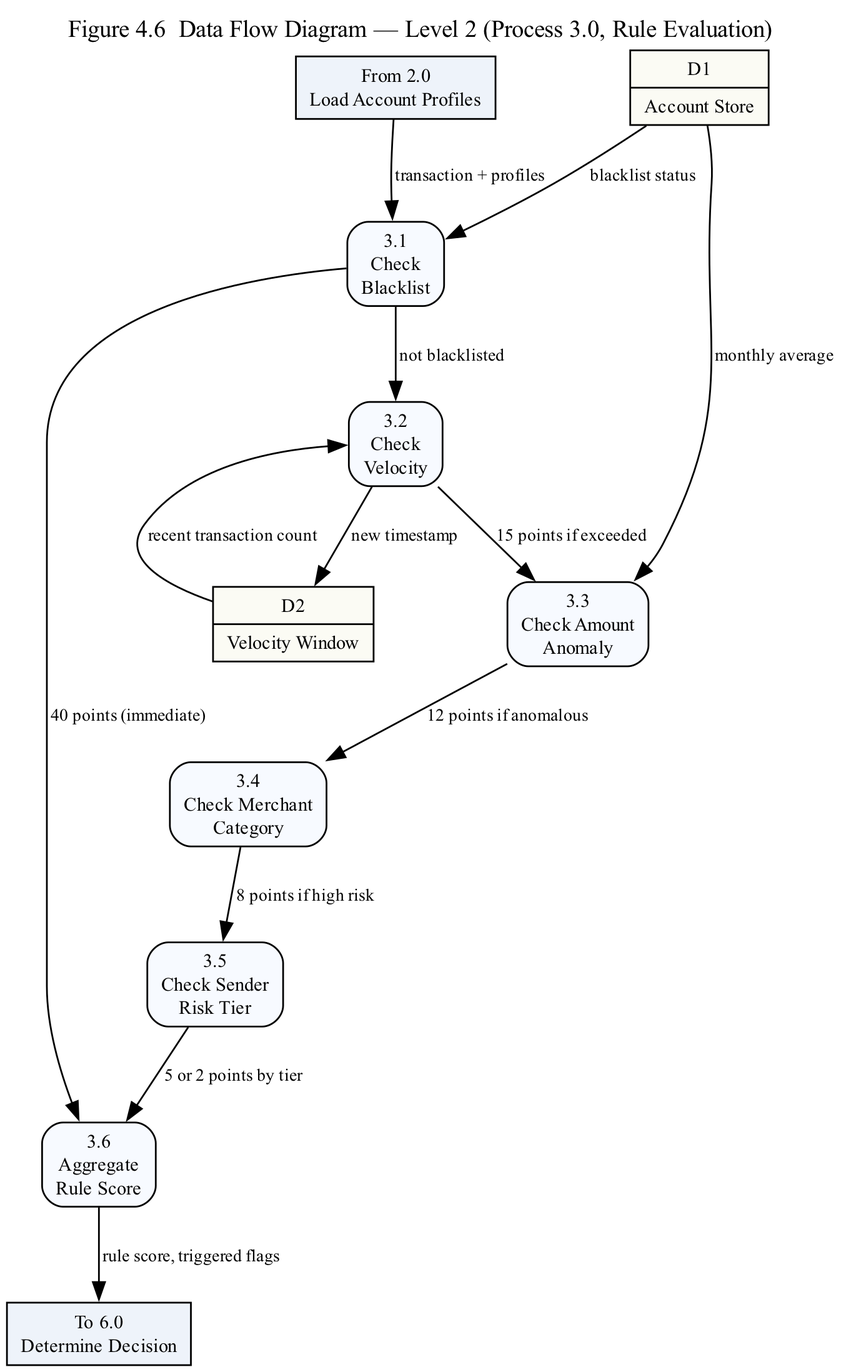
Before: docs/diagrams/12-dfd2.png, a diagram exported from Graphviz (OMJOSHI15/indus11). Its source is kept beside it as docs/diagrams/12-dfd2.dot. Its diagram source:
```dot
digraph DFD2 {
  graph [rankdir=TB, fontname="Times-Roman", fontsize=14, labelloc=t,
         label="Figure 4.6  Data Flow Diagram — Level 2 (Process 3.0, Rule Evaluation)",
         nodesep=0.5, ranksep=0.6];
  node  [fontname="Times-Roman", fontsize=11];
  edge  [fontname="Times-Roman", fontsize=10];

  IN  [shape=box, style=filled, fillcolor="#EEF3FA", label="From 2.0\nLoad Account Profiles"];
  OUT [shape=box, style=filled, fillcolor="#EEF3FA", label="To 6.0\nDetermine Decision"];

  P31 [shape=box, style="rounded,filled", fillcolor="#F7FAFF", label="3.1\nCheck\nBlacklist"];
  P32 [shape=box, style="rounded,filled", fillcolor="#F7FAFF", label="3.2\nCheck\nVelocity"];
  P33 [shape=box, style="rounded,filled", fillcolor="#F7FAFF", label="3.3\nCheck Amount\nAnomaly"];
  P34 [shape=box, style="rounded,filled", fillcolor="#F7FAFF", label="3.4\nCheck Merchant\nCategory"];
  P35 [shape=box, style="rounded,filled", fillcolor="#F7FAFF", label="3.5\nCheck Sender\nRisk Tier"];
  P36 [shape=box, style="rounded,filled", fillcolor="#F7FAFF", label="3.6\nAggregate\nRule Score"];

  D1 [shape=record, style=filled, fillcolor="#FBFBF4", label="{D1|Account Store}"];
  D2 [shape=record, style=filled, fillcolor="#FBFBF4", label="{D2|Velocity Window}"];

  IN -> P31 [label=" transaction + profiles"];
  D1 -> P31 [label=" blacklist status"];
  P31 -> P36 [label=" 40 points (immediate)"];
  P31 -> P32 [label=" not blacklisted"];
  D2 -> P32 [label=" recent transaction count"];
  P32 -> D2 [label=" new timestamp"];
  P32 -> P33 [label=" 15 points if exceeded"];
  D1 -> P33 [label=" monthly average"];
  P33 -> P34 [label=" 12 points if anomalous"];
  P34 -> P35 [label=" 8 points if high risk"];
  P35 -> P36 [label=" 5 or 2 points by tier"];
  P36 -> OUT [label=" rule score, triggered flags"];
}
```
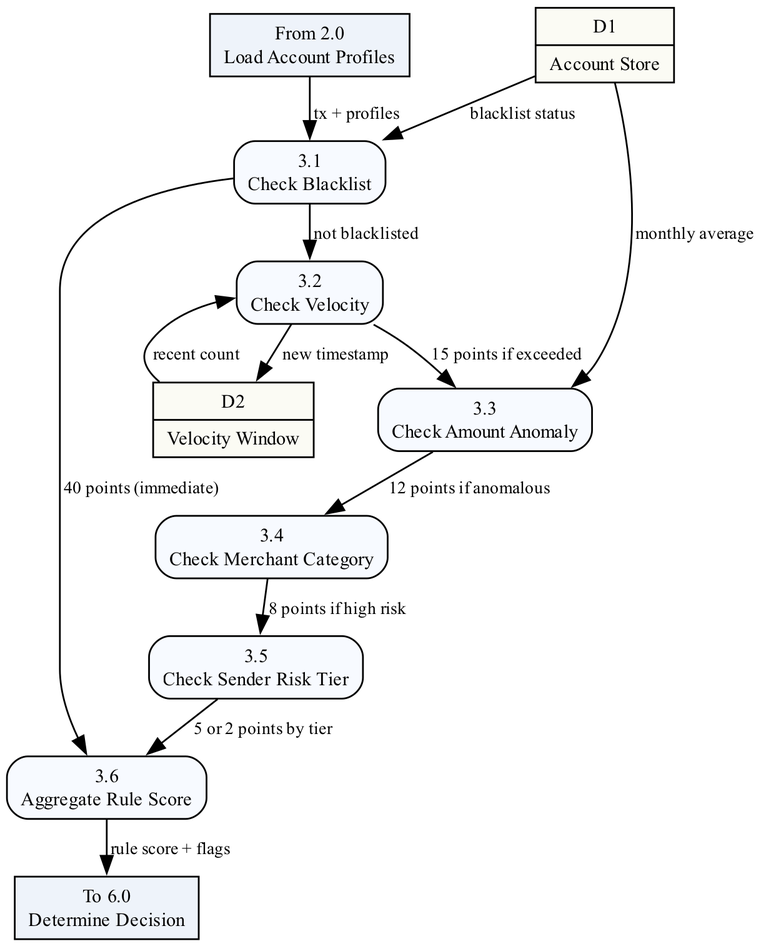
Above is the later version.

What changed in the source:
```diff
@@ -1,33 +1,32 @@
 digraph DFD2 {
-  graph [rankdir=TB, fontname="Times-Roman", fontsize=14, labelloc=t,
-         label="Figure 4.6  Data Flow Diagram — Level 2 (Process 3.0, Rule Evaluation)",
-         nodesep=0.5, ranksep=0.6];
+  graph [rankdir=TB, fontname="Times-Roman", fontsize=14,
+         nodesep=0.45, ranksep=0.3];
   node  [fontname="Times-Roman", fontsize=11];
   edge  [fontname="Times-Roman", fontsize=10];
 
   IN  [shape=box, style=filled, fillcolor="#EEF3FA", label="From 2.0\nLoad Account Profiles"];
   OUT [shape=box, style=filled, fillcolor="#EEF3FA", label="To 6.0\nDetermine Decision"];
 
-  P31 [shape=box, style="rounded,filled", fillcolor="#F7FAFF", label="3.1\nCheck\nBlacklist"];
-  P32 [shape=box, style="rounded,filled", fillcolor="#F7FAFF", label="3.2\nCheck\nVelocity"];
-  P33 [shape=box, style="rounded,filled", fillcolor="#F7FAFF", label="3.3\nCheck Amount\nAnomaly"];
-  P34 [shape=box, style="rounded,filled", fillcolor="#F7FAFF", label="3.4\nCheck Merchant\nCategory"];
-  P35 [shape=box, style="rounded,filled", fillcolor="#F7FAFF", label="3.5\nCheck Sender\nRisk Tier"];
-  P36 [shape=box, style="rounded,filled", fillcolor="#F7FAFF", label="3.6\nAggregate\nRule Score"];
+  P31 [shape=box, style="rounded,filled", fillcolor="#F7FAFF", label="3.1\nCheck Blacklist"];
+  P32 [shape=box, style="rounded,filled", fillcolor="#F7FAFF", label="3.2\nCheck Velocity"];
+  P33 [shape=box, style="rounded,filled", fillcolor="#F7FAFF", label="3.3\nCheck Amount Anomaly"];
+  P34 [shape=box, style="rounded,filled", fillcolor="#F7FAFF", label="3.4\nCheck Merchant Category"];
+  P35 [shape=box, style="rounded,filled", fillcolor="#F7FAFF", label="3.5\nCheck Sender Risk Tier"];
+  P36 [shape=box, style="rounded,filled", fillcolor="#F7FAFF", label="3.6\nAggregate Rule Score"];
 
   D1 [shape=record, style=filled, fillcolor="#FBFBF4", label="{D1|Account Store}"];
   D2 [shape=record, style=filled, fillcolor="#FBFBF4", label="{D2|Velocity Window}"];
 
-  IN -> P31 [label=" transaction + profiles"];
+  IN -> P31 [label=" tx + profiles"];
   D1 -> P31 [label=" blacklist status"];
   P31 -> P36 [label=" 40 points (immediate)"];
   P31 -> P32 [label=" not blacklisted"];
-  D2 -> P32 [label=" recent transaction count"];
+  D2 -> P32 [label=" recent count"];
   P32 -> D2 [label=" new timestamp"];
   P32 -> P33 [label=" 15 points if exceeded"];
   D1 -> P33 [label=" monthly average"];
   P33 -> P34 [label=" 12 points if anomalous"];
   P34 -> P35 [label=" 8 points if high risk"];
   P35 -> P36 [label=" 5 or 2 points by tier"];
-  P36 -> OUT [label=" rule score, triggered flags"];
+  P36 -> OUT [label=" rule score + flags"];
 }
```
